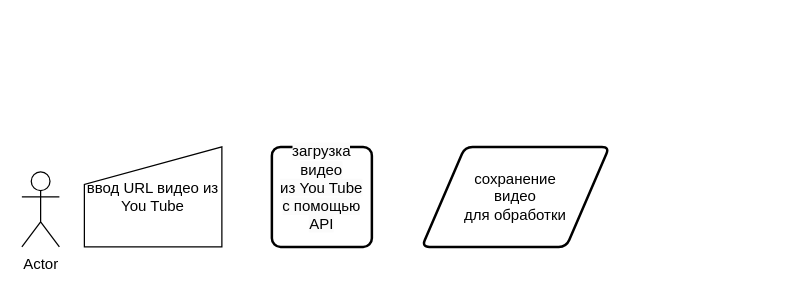
Before: Диаграмма без названия.drawio in Nurik-pilot/You-Tube-Reader-Web-Service, a draw.io diagram. Source tidied: cells renumbered, new cells numbered last; positions are measured from the earlier drawing's top-left corner, leaving out a move shared by most shapes. Both pictures are drawn from the tidied source at 125%, with x=0, y=0 at pixel (21, 146).
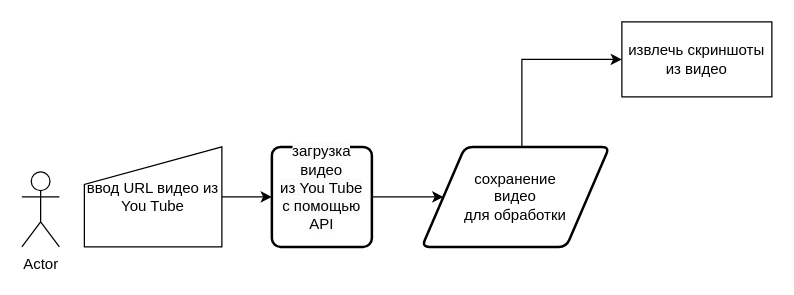
Above is the later version.

Change to the diagram source:
```diff
@@
 <mxGraphModel>
   <root>
     <mxCell id="0" />
     <mxCell id="1" parent="0" />
     <mxCell id="2" value="Actor" style="shape=umlActor;verticalLabelPosition=bottom;verticalAlign=top;html=1;" parent="1" vertex="1">
       <mxGeometry y="20" width="30" height="60" as="geometry" />
     </mxCell>
     <mxCell id="3" value="ввод URL видео из You Tube" style="shape=manualInput;whiteSpace=wrap;html=1;" parent="1" vertex="1">
       <mxGeometry x="50" width="110" height="80" as="geometry" />
     </mxCell>
     <mxCell id="4" value="сохранение &lt;br&gt;видео &lt;br&gt;для обработки" style="shape=parallelogram;html=1;strokeWidth=2;perimeter=parallelogramPerimeter;whiteSpace=wrap;rounded=1;arcSize=12;size=0.23;" parent="1" vertex="1">
       <mxGeometry x="320" width="150" height="80" as="geometry" />
     </mxCell>
     <mxCell id="5" value="&#10;&lt;span style=&quot;color: rgb(0, 0, 0); font-family: Helvetica; font-size: 12px; font-style: normal; font-variant-ligatures: normal; font-variant-caps: normal; font-weight: 400; letter-spacing: normal; orphans: 2; text-align: center; text-indent: 0px; text-transform: none; widows: 2; word-spacing: 0px; -webkit-text-stroke-width: 0px; background-color: rgb(251, 251, 251); text-decoration-thickness: initial; text-decoration-style: initial; text-decoration-color: initial; float: none; display: inline !important;&quot;&gt;загрузка видео&lt;/span&gt;&lt;br style=&quot;border-color: var(--border-color); color: rgb(0, 0, 0); font-family: Helvetica; font-size: 12px; font-style: normal; font-variant-ligatures: normal; font-variant-caps: normal; font-weight: 400; letter-spacing: normal; orphans: 2; text-align: center; text-indent: 0px; text-transform: none; widows: 2; word-spacing: 0px; -webkit-text-stroke-width: 0px; background-color: rgb(251, 251, 251); text-decoration-thickness: initial; text-decoration-style: initial; text-decoration-color: initial;&quot;&gt;&lt;span style=&quot;color: rgb(0, 0, 0); font-family: Helvetica; font-size: 12px; font-style: normal; font-variant-ligatures: normal; font-variant-caps: normal; font-weight: 400; letter-spacing: normal; orphans: 2; text-align: center; text-indent: 0px; text-transform: none; widows: 2; word-spacing: 0px; -webkit-text-stroke-width: 0px; background-color: rgb(251, 251, 251); text-decoration-thickness: initial; text-decoration-style: initial; text-decoration-color: initial; float: none; display: inline !important;&quot;&gt;из You Tube&lt;/span&gt;&lt;br style=&quot;border-color: var(--border-color); color: rgb(0, 0, 0); font-family: Helvetica; font-size: 12px; font-style: normal; font-variant-ligatures: normal; font-variant-caps: normal; font-weight: 400; letter-spacing: normal; orphans: 2; text-align: center; text-indent: 0px; text-transform: none; widows: 2; word-spacing: 0px; -webkit-text-stroke-width: 0px; background-color: rgb(251, 251, 251); text-decoration-thickness: initial; text-decoration-style: initial; text-decoration-color: initial;&quot;&gt;&lt;span style=&quot;color: rgb(0, 0, 0); font-family: Helvetica; font-size: 12px; font-style: normal; font-variant-ligatures: normal; font-variant-caps: normal; font-weight: 400; letter-spacing: normal; orphans: 2; text-align: center; text-indent: 0px; text-transform: none; widows: 2; word-spacing: 0px; -webkit-text-stroke-width: 0px; background-color: rgb(251, 251, 251); text-decoration-thickness: initial; text-decoration-style: initial; text-decoration-color: initial; float: none; display: inline !important;&quot;&gt;с помощью API&lt;/span&gt;&#10;&#10;" style="rounded=1;whiteSpace=wrap;html=1;absoluteArcSize=1;arcSize=14;strokeWidth=2;" parent="1" vertex="1">
       <mxGeometry x="200" width="80" height="80" as="geometry" />
     </mxCell>
+    <mxCell id="6" value="извлечь скриншоты из видео" style="rounded=0;whiteSpace=wrap;html=1;" parent="1" vertex="1">
+      <mxGeometry x="480" y="-100" width="120" height="60" as="geometry" />
+    </mxCell>
+    <mxCell id="7" style="endArrow=classic;html=1;rounded=0;entryX=0;entryY=0.5;entryDx=0;entryDy=0;" parent="1" edge="1" target="5">
+      <mxGeometry relative="1" as="geometry">
+        <mxPoint x="160" y="40" as="sourcePoint" />
+      </mxGeometry>
+    </mxCell>
+    <mxCell id="8" style="endArrow=classic;html=1;rounded=0;" parent="1" edge="1" target="4">
+      <mxGeometry relative="1" as="geometry">
+        <mxPoint x="280" y="40" as="sourcePoint" />
+      </mxGeometry>
+    </mxCell>
+    <mxCell id="9" style="endArrow=classic;html=1;rounded=0;entryX=0;entryY=0.5;entryDx=0;entryDy=0;" parent="1" edge="1" target="6">
+      <mxGeometry relative="1" as="geometry">
+        <mxPoint x="400" as="sourcePoint" />
+        <Array as="points">
+          <mxPoint x="400" y="-70" />
+        </Array>
+      </mxGeometry>
+    </mxCell>
   </root>
 </mxGraphModel>
```
